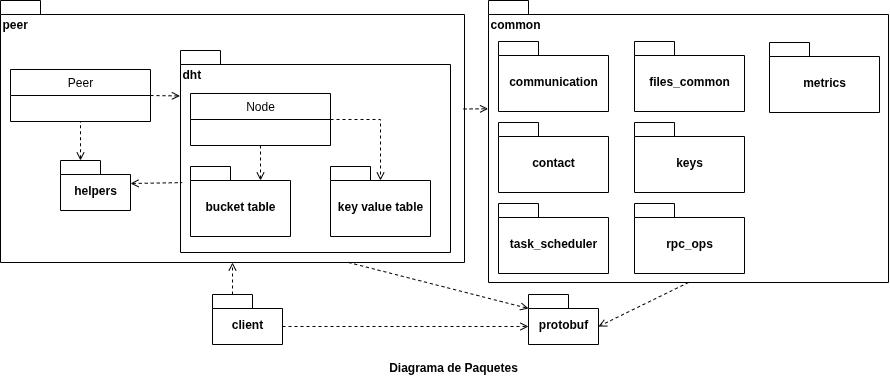
rafaelputaro/tp7561 keeps this draw.io diagram as docs/DiagramaDePaquetes.png. Above is the earlier version. Source tidied: cells renumbered, new cells last; positions are measured from the earlier drawing's top-left corner, leaving out a move shared by most shapes.
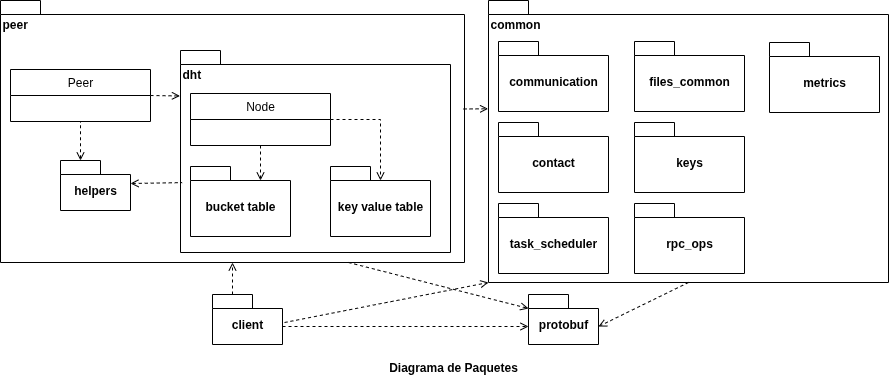
After the commit.

Diff of the diagram source:
```diff
@@ -93,5 +93,10 @@
     <mxCell id="29" value="&lt;b&gt;Diagrama de Paquetes&lt;/b&gt;" style="text;html=1;align=center;verticalAlign=middle;whiteSpace=wrap;rounded=0;" parent="1" vertex="1">
       <mxGeometry x="378" y="352" width="150" height="30" as="geometry" />
     </mxCell>
+    <mxCell id="30" style="endArrow=open;startArrow=none;endFill=0;startFill=0;html=1;rounded=0;dashed=1;entryX=0;entryY=0;entryDx=0;entryDy=282;entryPerimeter=0;" parent="1" edge="1" target="13">
+      <mxGeometry relative="1" as="geometry">
+        <mxPoint x="284" y="322" as="sourcePoint" />
+      </mxGeometry>
+    </mxCell>
   </root>
 </mxGraphModel>
```
